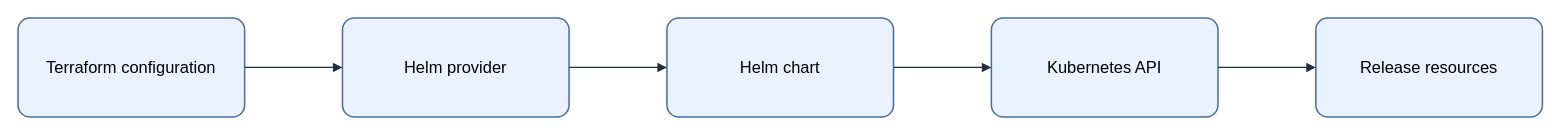
Before: assets/img/iac/terraform-helm-provider-flow.drawio in KKamJi98/kkamji98.github.io, a draw.io diagram. Source tidied: cells renumbered, new cells numbered last; positions are measured from the earlier drawing's top-left corner, leaving out a move shared by most shapes. Both pictures are drawn from the tidied source at 103%, with x=0, y=0 at pixel (18, 18).
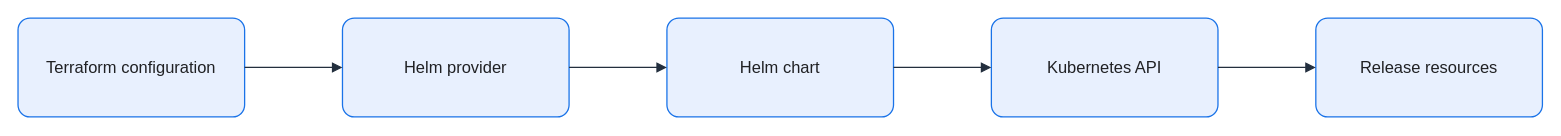
The same diagram, later.

What changed in the source:
```diff
@@
 <mxGraphModel background="#FFFFFF">
   <root>
     <mxCell id="0" />
     <mxCell id="1" parent="0" />
-    <mxCell id="2" value="Terraform configuration" style="rounded=1;arcSize=12;whiteSpace=wrap;html=0;fillColor=#EAF2FF;strokeColor=#4A6FA5;strokeWidth=1.5;fontColor=#000000;fontSize=16;align=center;verticalAlign=middle;spacing=8;shadow=0;" parent="1" vertex="1">
+    <mxCell id="2" value="Terraform configuration" style="rounded=1;arcSize=12;whiteSpace=wrap;html=0;fillColor=#E8F0FE;strokeColor=#1A73E8;strokeWidth=1.25;fontColor=#202124;fontSize=16;align=center;verticalAlign=middle;spacing=8;shadow=0;" parent="1" vertex="1">
       <mxGeometry width="220" height="96" as="geometry" />
     </mxCell>
-    <mxCell id="3" value="Helm provider" style="rounded=1;arcSize=12;whiteSpace=wrap;html=0;fillColor=#EAF2FF;strokeColor=#4A6FA5;strokeWidth=1.5;fontColor=#000000;fontSize=16;align=center;verticalAlign=middle;spacing=8;shadow=0;" parent="1" vertex="1">
+    <mxCell id="3" value="Helm provider" style="rounded=1;arcSize=12;whiteSpace=wrap;html=0;fillColor=#E8F0FE;strokeColor=#1A73E8;strokeWidth=1.25;fontColor=#202124;fontSize=16;align=center;verticalAlign=middle;spacing=8;shadow=0;" parent="1" vertex="1">
       <mxGeometry x="315" width="220" height="96" as="geometry" />
     </mxCell>
-    <mxCell id="4" value="Helm chart" style="rounded=1;arcSize=12;whiteSpace=wrap;html=0;fillColor=#EAF2FF;strokeColor=#4A6FA5;strokeWidth=1.5;fontColor=#000000;fontSize=16;align=center;verticalAlign=middle;spacing=8;shadow=0;" parent="1" vertex="1">
+    <mxCell id="4" value="Helm chart" style="rounded=1;arcSize=12;whiteSpace=wrap;html=0;fillColor=#E8F0FE;strokeColor=#1A73E8;strokeWidth=1.25;fontColor=#202124;fontSize=16;align=center;verticalAlign=middle;spacing=8;shadow=0;" parent="1" vertex="1">
       <mxGeometry x="630" width="220" height="96" as="geometry" />
     </mxCell>
-    <mxCell id="5" value="Kubernetes API" style="rounded=1;arcSize=12;whiteSpace=wrap;html=0;fillColor=#EAF2FF;strokeColor=#4A6FA5;strokeWidth=1.5;fontColor=#000000;fontSize=16;align=center;verticalAlign=middle;spacing=8;shadow=0;" parent="1" vertex="1">
+    <mxCell id="5" value="Kubernetes API" style="rounded=1;arcSize=12;whiteSpace=wrap;html=0;fillColor=#E8F0FE;strokeColor=#1A73E8;strokeWidth=1.25;fontColor=#202124;fontSize=16;align=center;verticalAlign=middle;spacing=8;shadow=0;" parent="1" vertex="1">
       <mxGeometry x="945" width="220" height="96" as="geometry" />
     </mxCell>
-    <mxCell id="6" value="Release resources" style="rounded=1;arcSize=12;whiteSpace=wrap;html=0;fillColor=#EAF2FF;strokeColor=#4A6FA5;strokeWidth=1.5;fontColor=#000000;fontSize=16;align=center;verticalAlign=middle;spacing=8;shadow=0;" parent="1" vertex="1">
+    <mxCell id="6" value="Release resources" style="rounded=1;arcSize=12;whiteSpace=wrap;html=0;fillColor=#E8F0FE;strokeColor=#1A73E8;strokeWidth=1.25;fontColor=#202124;fontSize=16;align=center;verticalAlign=middle;spacing=8;shadow=0;" parent="1" vertex="1">
       <mxGeometry x="1260" width="220" height="96" as="geometry" />
     </mxCell>
-    <mxCell id="7" style="edgeStyle=orthogonalEdgeStyle;rounded=0;jettySize=auto;html=0;endArrow=block;endFill=1;strokeColor=#232F3E;strokeWidth=1.25;fontColor=#000000;labelBackgroundColor=none;exitX=1;exitY=0.5;exitDx=0;exitDy=0;entryX=0;entryY=0.5;entryDx=0;entryDy=0;" parent="1" edge="1" source="2" target="3">
+    <mxCell id="7" style="edgeStyle=orthogonalEdgeStyle;rounded=0;jettySize=auto;html=0;endArrow=block;endFill=1;strokeColor=#232F3E;strokeWidth=1.25;fontColor=#202124;labelBackgroundColor=none;exitX=1;exitY=0.5;exitDx=0;exitDy=0;entryX=0;entryY=0.5;entryDx=0;entryDy=0;endSize=7;" parent="1" edge="1" source="2" target="3">
       <mxGeometry relative="1" as="geometry" />
     </mxCell>
-    <mxCell id="8" style="edgeStyle=orthogonalEdgeStyle;rounded=0;jettySize=auto;html=0;endArrow=block;endFill=1;strokeColor=#232F3E;strokeWidth=1.25;fontColor=#000000;labelBackgroundColor=none;exitX=1;exitY=0.5;exitDx=0;exitDy=0;entryX=0;entryY=0.5;entryDx=0;entryDy=0;" parent="1" edge="1" source="3" target="4">
+    <mxCell id="8" style="edgeStyle=orthogonalEdgeStyle;rounded=0;jettySize=auto;html=0;endArrow=block;endFill=1;strokeColor=#232F3E;strokeWidth=1.25;fontColor=#202124;labelBackgroundColor=none;exitX=1;exitY=0.5;exitDx=0;exitDy=0;entryX=0;entryY=0.5;entryDx=0;entryDy=0;endSize=7;" parent="1" edge="1" source="3" target="4">
       <mxGeometry relative="1" as="geometry" />
     </mxCell>
-    <mxCell id="9" style="edgeStyle=orthogonalEdgeStyle;rounded=0;jettySize=auto;html=0;endArrow=block;endFill=1;strokeColor=#232F3E;strokeWidth=1.25;fontColor=#000000;labelBackgroundColor=none;exitX=1;exitY=0.5;exitDx=0;exitDy=0;entryX=0;entryY=0.5;entryDx=0;entryDy=0;" parent="1" edge="1" source="4" target="5">
+    <mxCell id="9" style="edgeStyle=orthogonalEdgeStyle;rounded=0;jettySize=auto;html=0;endArrow=block;endFill=1;strokeColor=#232F3E;strokeWidth=1.25;fontColor=#202124;labelBackgroundColor=none;exitX=1;exitY=0.5;exitDx=0;exitDy=0;entryX=0;entryY=0.5;entryDx=0;entryDy=0;endSize=7;" parent="1" edge="1" source="4" target="5">
       <mxGeometry relative="1" as="geometry" />
     </mxCell>
-    <mxCell id="10" style="edgeStyle=orthogonalEdgeStyle;rounded=0;jettySize=auto;html=0;endArrow=block;endFill=1;strokeColor=#232F3E;strokeWidth=1.25;fontColor=#000000;labelBackgroundColor=none;exitX=1;exitY=0.5;exitDx=0;exitDy=0;entryX=0;entryY=0.5;entryDx=0;entryDy=0;" parent="1" edge="1" source="5" target="6">
+    <mxCell id="10" style="edgeStyle=orthogonalEdgeStyle;rounded=0;jettySize=auto;html=0;endArrow=block;endFill=1;strokeColor=#232F3E;strokeWidth=1.25;fontColor=#202124;labelBackgroundColor=none;exitX=1;exitY=0.5;exitDx=0;exitDy=0;entryX=0;entryY=0.5;entryDx=0;entryDy=0;endSize=7;" parent="1" edge="1" source="5" target="6">
       <mxGeometry relative="1" as="geometry" />
     </mxCell>
   </root>
 </mxGraphModel>
```
